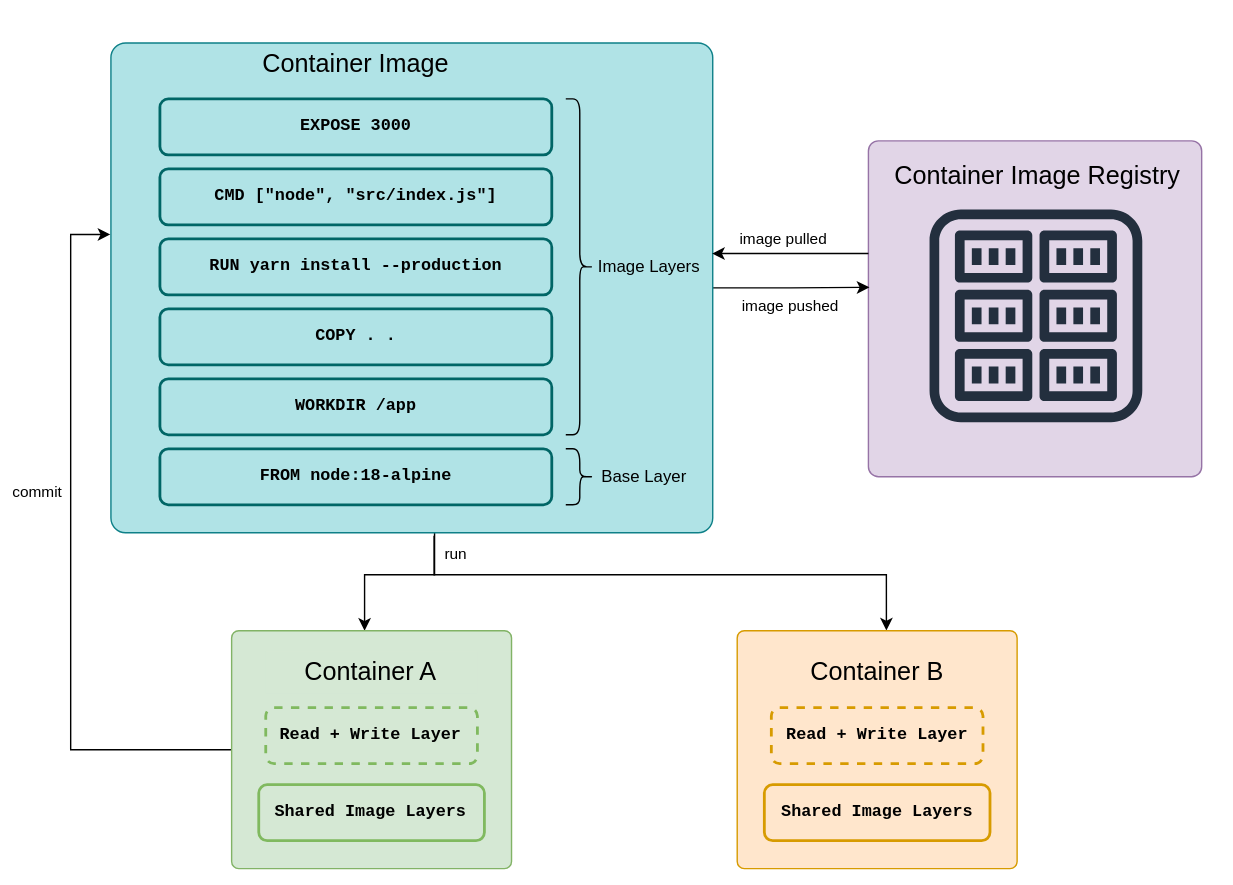
Before: content/posts/openshift/container-images/container_image.drawio.svg, a diagram exported from draw.io (bovem/bovem.github.io). Source tidied: cells renumbered, new cells last; positions are measured from the earlier drawing's top-left corner, leaving out a move shared by most shapes.
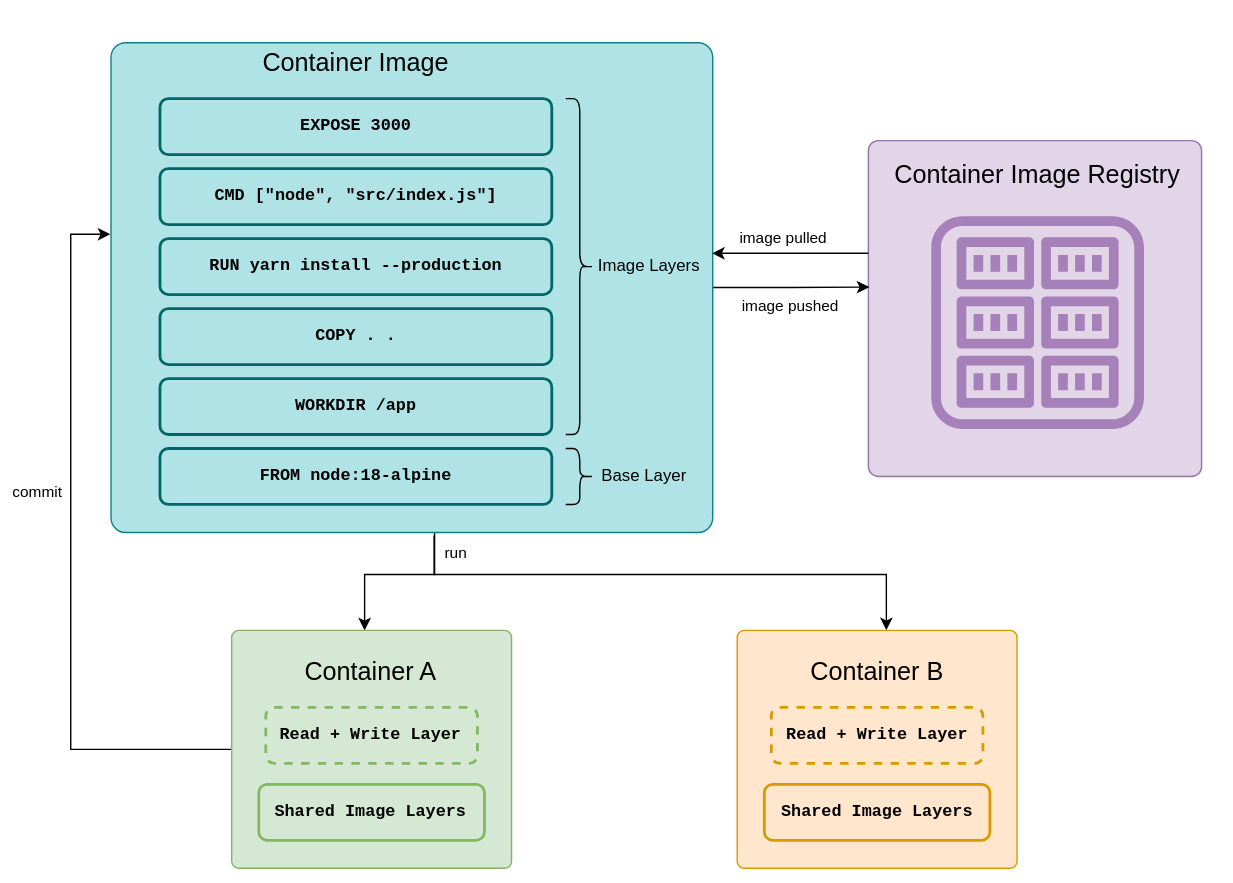
After the change.

Commit message:
Finished article: container image building

Change to the diagram source:
```diff
@@ -103,8 +103,8 @@
     <mxCell id="27" value="Container Image Registry" style="text;html=1;strokeColor=none;fillColor=none;align=center;verticalAlign=middle;whiteSpace=wrap;rounded=0;fontSize=18;" parent="1" vertex="1">
       <mxGeometry x="635" y="110" width="211.9" height="30" as="geometry" />
     </mxCell>
-    <mxCell id="28" style="sketch=0;fontColor=#232F3E;gradientColor=none;strokeColor=#232F3E;fillColor=none;dashed=0;verticalLabelPosition=bottom;verticalAlign=top;align=center;html=1;fontSize=12;fontStyle=0;shape=mxgraph.aws4.resourceIcon;resIcon=mxgraph.aws4.registry;strokeWidth=9;" parent="1" vertex="1">
-      <mxGeometry x="644.7" y="130" width="190" height="190" as="geometry" />
+    <mxCell id="28" style="sketch=0;fontColor=#232F3E;gradientColor=none;strokeColor=#A680B8;fillColor=none;dashed=0;verticalLabelPosition=bottom;verticalAlign=top;align=center;html=1;fontSize=12;fontStyle=0;shape=mxgraph.aws4.resourceIcon;resIcon=mxgraph.aws4.registry;strokeWidth=9;" parent="1" vertex="1">
+      <mxGeometry x="645.9" y="135" width="190" height="190" as="geometry" />
     </mxCell>
     <mxCell id="29" value="image pushed" style="edgeLabel;html=1;align=center;verticalAlign=middle;" parent="1" vertex="1">
       <mxGeometry x="578" y="178" as="geometry">
```
